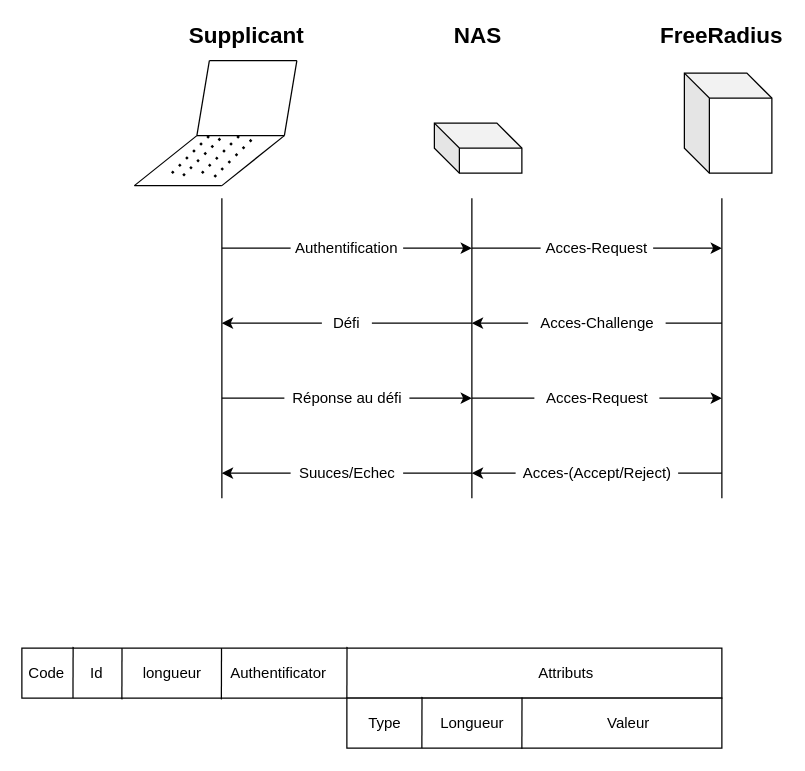
Earlier version of the draw.io diagram Radius.drawio (Gomonriou/Radius). Source tidied: cells renumbered, new cells numbered last; positions are measured from the earlier drawing's top-left corner, leaving out a move shared by most shapes. Both pictures are drawn from the tidied source at 125%, with x=0, y=0 at pixel (21, 22).
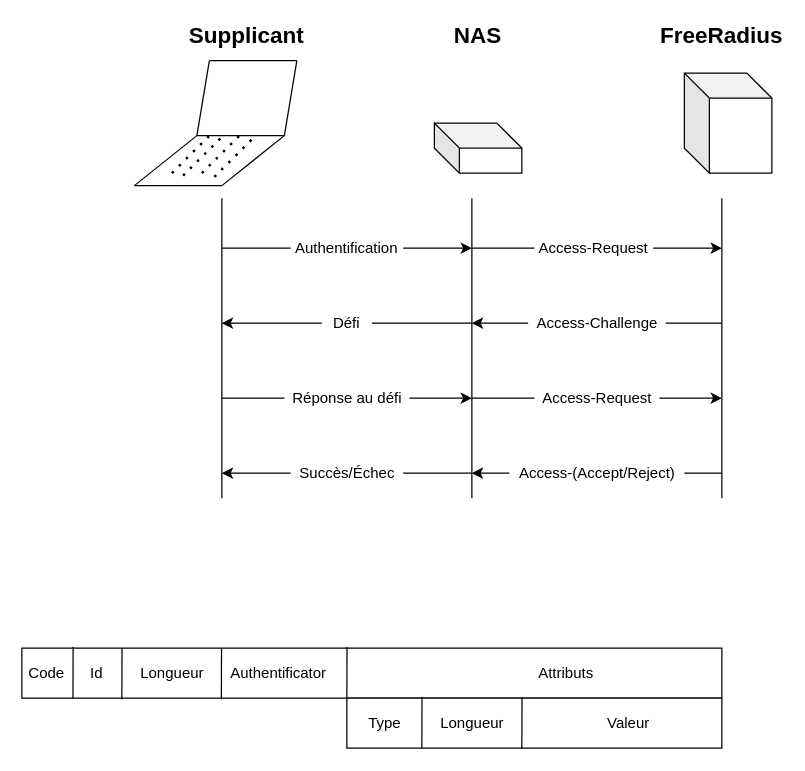
The same page after the edit.

Change to the diagram source:
```diff
@@
-    <mxCell id="31" value="Acces-Request" style="text;html=1;strokeColor=none;fillColor=none;align=center;verticalAlign=middle;whiteSpace=wrap;rounded=0;" parent="1" vertex="1">
-      <mxGeometry x="415" y="170" width="90" height="20" as="geometry" />
+    <mxCell id="31" value="Access-Request" style="text;html=1;strokeColor=none;fillColor=none;align=center;verticalAlign=middle;whiteSpace=wrap;rounded=0;" parent="1" vertex="1">
+      <mxGeometry x="410" y="170" width="95" height="20" as="geometry" />
     </mxCell>
@@
-    <mxCell id="35" value="Acces-Challenge" style="text;html=1;align=center;verticalAlign=middle;points=[];strokeColor=none;" parent="1" vertex="1">
+    <mxCell id="35" value="Access-Challenge" style="text;html=1;align=center;verticalAlign=middle;points=[];strokeColor=none;" parent="1" vertex="1">
       <mxGeometry x="405" y="230" width="110" height="20" as="geometry" />
     </mxCell>
@@
-    <mxCell id="37" value="Acces-Request" style="text;html=1;align=center;verticalAlign=middle;points=[];strokeColor=none;" parent="1" vertex="1">
+    <mxCell id="37" value="Access-Request" style="text;html=1;align=center;verticalAlign=middle;points=[];strokeColor=none;" parent="1" vertex="1">
       <mxGeometry x="410" y="290" width="100" height="20" as="geometry" />
     </mxCell>
@@
-    <mxCell id="41" value="Suuces/Echec" style="text;html=1;align=center;verticalAlign=middle;points=[];strokeColor=none;" parent="1" vertex="1">
+    <mxCell id="41" value="Succès/Échec" style="text;html=1;align=center;verticalAlign=middle;points=[];strokeColor=none;" parent="1" vertex="1">
       <mxGeometry x="215" y="350" width="90" height="20" as="geometry" />
     </mxCell>
@@
-    <mxCell id="43" value="Acces-(Accept/Reject)" style="text;html=1;align=center;verticalAlign=middle;points=[];strokeColor=none;" parent="1" vertex="1">
-      <mxGeometry x="395" y="350" width="130" height="20" as="geometry" />
+    <mxCell id="43" value="Access-(Accept/Reject)" style="text;html=1;align=center;verticalAlign=middle;points=[];strokeColor=none;" parent="1" vertex="1">
+      <mxGeometry x="390" y="350" width="140" height="20" as="geometry" />
     </mxCell>
@@
-    <mxCell id="48" value="longueur" style="text;html=1;align=center;verticalAlign=middle;strokeColor=none;" parent="1" vertex="1">
-      <mxGeometry x="90" y="510" width="60" height="20" as="geometry" />
+    <mxCell id="48" value="Longueur" style="text;html=1;align=center;verticalAlign=middle;strokeColor=none;" parent="1" vertex="1">
+      <mxGeometry x="85" y="510" width="70" height="20" as="geometry" />
     </mxCell>
```
